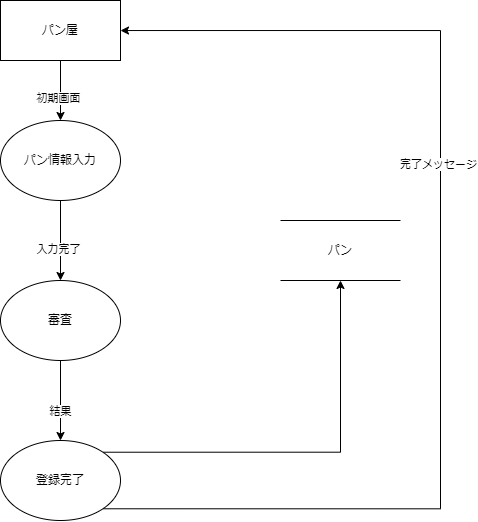
Before: DFD/パン情報登録.drawio.png, a diagram exported from draw.io (Pyama1013/Sotsu.Gamen). Source tidied: cells renumbered, new cells last; positions are measured from the earlier drawing's top-left corner, leaving out a move shared by most shapes. Source of this version:
```xml
<mxGraphModel>
  <root>
    <mxCell id="0" />
    <mxCell id="1" parent="0" />
    <mxCell id="2" style="edgeStyle=orthogonalEdgeStyle;rounded=0;jettySize=auto;html=1;exitX=0.5;exitY=1;exitDx=0;exitDy=0;entryX=0.5;entryY=0;entryDx=0;entryDy=0;" parent="1" edge="1" source="4" target="7">
      <mxGeometry relative="1" as="geometry" />
    </mxCell>
    <mxCell id="3" value="初期画面" style="edgeLabel;html=1;align=center;verticalAlign=middle;" parent="2" vertex="1">
      <mxGeometry x="0.27" y="-2" relative="1" as="geometry" />
    </mxCell>
    <mxCell id="4" value="パン屋" style="rounded=0;whiteSpace=wrap;html=1;" parent="1" vertex="1">
      <mxGeometry width="120" height="60" as="geometry" />
    </mxCell>
    <mxCell id="5" style="edgeStyle=orthogonalEdgeStyle;rounded=0;jettySize=auto;html=1;exitX=0.5;exitY=1;exitDx=0;exitDy=0;entryX=0.5;entryY=0;entryDx=0;entryDy=0;" parent="1" edge="1" source="7" target="10">
      <mxGeometry relative="1" as="geometry" />
    </mxCell>
    <mxCell id="6" value="入力完了" style="edgeLabel;html=1;align=center;verticalAlign=middle;" parent="5" vertex="1">
      <mxGeometry x="0.21" y="-2" relative="1" as="geometry" />
    </mxCell>
    <mxCell id="7" value="パン情報入力" style="ellipse;whiteSpace=wrap;html=1;" parent="1" vertex="1">
      <mxGeometry y="120" width="120" height="80" as="geometry" />
    </mxCell>
    <mxCell id="8" style="edgeStyle=orthogonalEdgeStyle;rounded=0;jettySize=auto;html=1;exitX=0.5;exitY=1;exitDx=0;exitDy=0;entryX=0.5;entryY=0;entryDx=0;entryDy=0;" parent="1" edge="1" source="10" target="14">
      <mxGeometry relative="1" as="geometry">
        <Array as="points">
          <mxPoint x="60" y="410" />
          <mxPoint x="60" y="410" />
        </Array>
      </mxGeometry>
    </mxCell>
    <mxCell id="9" value="結果" style="edgeLabel;html=1;align=center;verticalAlign=middle;" parent="8" vertex="1">
      <mxGeometry x="0.28" relative="1" as="geometry" />
    </mxCell>
    <mxCell id="10" value="審査" style="ellipse;whiteSpace=wrap;html=1;" parent="1" vertex="1">
      <mxGeometry y="280" width="120" height="80" as="geometry" />
    </mxCell>
    <mxCell id="11" style="edgeStyle=orthogonalEdgeStyle;rounded=0;jettySize=auto;html=1;exitX=1;exitY=0;exitDx=0;exitDy=0;entryX=0.5;entryY=1;entryDx=0;entryDy=0;" parent="1" edge="1" source="14" target="15">
      <mxGeometry relative="1" as="geometry" />
    </mxCell>
    <mxCell id="12" style="edgeStyle=orthogonalEdgeStyle;rounded=0;jettySize=auto;html=1;exitX=1;exitY=1;exitDx=0;exitDy=0;" parent="1" edge="1" source="14">
      <mxGeometry relative="1" as="geometry">
        <mxPoint x="120" y="30" as="targetPoint" />
        <Array as="points">
          <mxPoint x="440" y="508" />
          <mxPoint x="440" y="30" />
          <mxPoint x="120" y="30" />
        </Array>
      </mxGeometry>
    </mxCell>
    <mxCell id="13" value="完了メッセージ" style="edgeLabel;html=1;align=center;verticalAlign=middle;" parent="12" vertex="1">
      <mxGeometry x="0.2" y="2" relative="1" as="geometry" />
    </mxCell>
    <mxCell id="14" value="登録完了" style="ellipse;whiteSpace=wrap;html=1;" parent="1" vertex="1">
      <mxGeometry y="440" width="120" height="80" as="geometry" />
    </mxCell>
    <mxCell id="15" value="パン" style="shape=partialRectangle;whiteSpace=wrap;html=1;left=0;right=0;fillColor=none;" parent="1" vertex="1">
      <mxGeometry x="280" y="220" width="120" height="60" as="geometry" />
    </mxCell>
  </root>
</mxGraphModel>
```
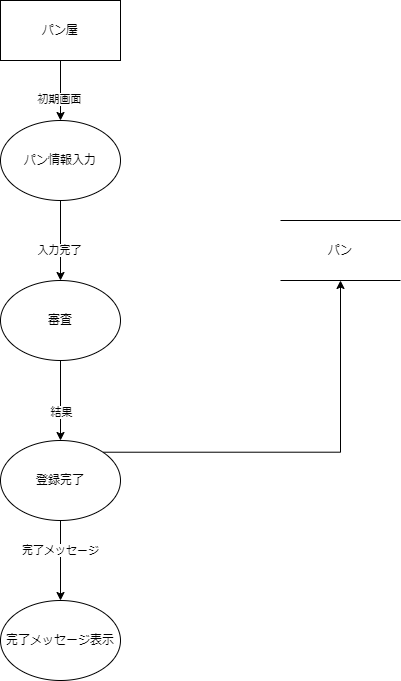
Above is the later version.

Commit message:
Update パン情報登録.drawio.png

Change to the diagram source:
```diff
@@ -37,24 +37,22 @@
     <mxCell id="11" style="edgeStyle=orthogonalEdgeStyle;rounded=0;jettySize=auto;html=1;exitX=1;exitY=0;exitDx=0;exitDy=0;entryX=0.5;entryY=1;entryDx=0;entryDy=0;" parent="1" edge="1" source="14" target="15">
       <mxGeometry relative="1" as="geometry" />
     </mxCell>
-    <mxCell id="12" style="edgeStyle=orthogonalEdgeStyle;rounded=0;jettySize=auto;html=1;exitX=1;exitY=1;exitDx=0;exitDy=0;" parent="1" edge="1" source="14">
-      <mxGeometry relative="1" as="geometry">
-        <mxPoint x="120" y="30" as="targetPoint" />
-        <Array as="points">
-          <mxPoint x="440" y="508" />
-          <mxPoint x="440" y="30" />
-          <mxPoint x="120" y="30" />
-        </Array>
-      </mxGeometry>
-    </mxCell>
-    <mxCell id="13" value="完了メッセージ" style="edgeLabel;html=1;align=center;verticalAlign=middle;" parent="12" vertex="1">
-      <mxGeometry x="0.2" y="2" relative="1" as="geometry" />
-    </mxCell>
     <mxCell id="14" value="登録完了" style="ellipse;whiteSpace=wrap;html=1;" parent="1" vertex="1">
       <mxGeometry y="440" width="120" height="80" as="geometry" />
     </mxCell>
     <mxCell id="15" value="パン" style="shape=partialRectangle;whiteSpace=wrap;html=1;left=0;right=0;fillColor=none;" parent="1" vertex="1">
       <mxGeometry x="280" y="220" width="120" height="60" as="geometry" />
     </mxCell>
+    <mxCell id="16" style="edgeStyle=orthogonalEdgeStyle;rounded=0;jettySize=auto;html=1;exitX=0.5;exitY=1;exitDx=0;exitDy=0;entryX=0.5;entryY=0;entryDx=0;entryDy=0;" parent="1" edge="1" target="17">
+      <mxGeometry relative="1" as="geometry">
+        <mxPoint x="60" y="520" as="sourcePoint" />
+      </mxGeometry>
+    </mxCell>
+    <mxCell id="13" value="完了メッセージ" style="edgeLabel;html=1;align=center;verticalAlign=middle;" parent="16" vertex="1">
+      <mxGeometry x="-0.28" y="-1" relative="1" as="geometry" />
+    </mxCell>
+    <mxCell id="17" value="完了メッセージ表示" style="ellipse;whiteSpace=wrap;html=1;" parent="1" vertex="1">
+      <mxGeometry y="600" width="120" height="80" as="geometry" />
+    </mxCell>
   </root>
 </mxGraphModel>
```
